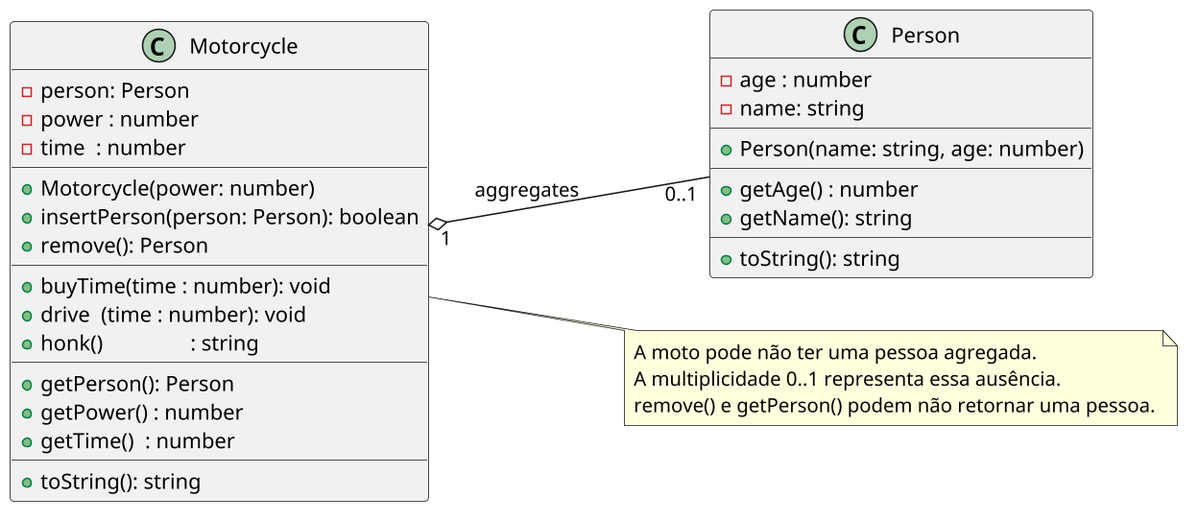
Above: labs/motoca/assets/diagrama.png in qxcodepoo/arcade (PlantUML), before the change. The source it was exported from:
```plantuml
@startuml

skinparam defaultFontName "Source Code Pro"
skinparam dpi 150
left to right direction

class Motorcycle {
  - person: Person
  - power : number
  - time  : number
  __
  + Motorcycle(power: number)
  + insertPerson(person: Person): boolean
  + remove(): Person
  __
  + buyTime(time : number): void
  + drive  (time : number): void
  + honk()                : string
  __
  + getPerson(): Person
  + getPower() : number
  + getTime()  : number
  __
  + toString(): string
}

class Person {
  - age : number
  - name: string
  __
  + Person(name: string, age: number)
  __
  + getAge() : number
  + getName(): string
  __
  + toString(): string
}

Motorcycle "1" o-- "0..1" Person : aggregates

note right of Motorcycle
  A moto pode não ter uma pessoa agregada.
  A multiplicidade 0..1 representa essa ausência.
  remove() e getPerson() podem não retornar uma pessoa.
end note
@enduml
```
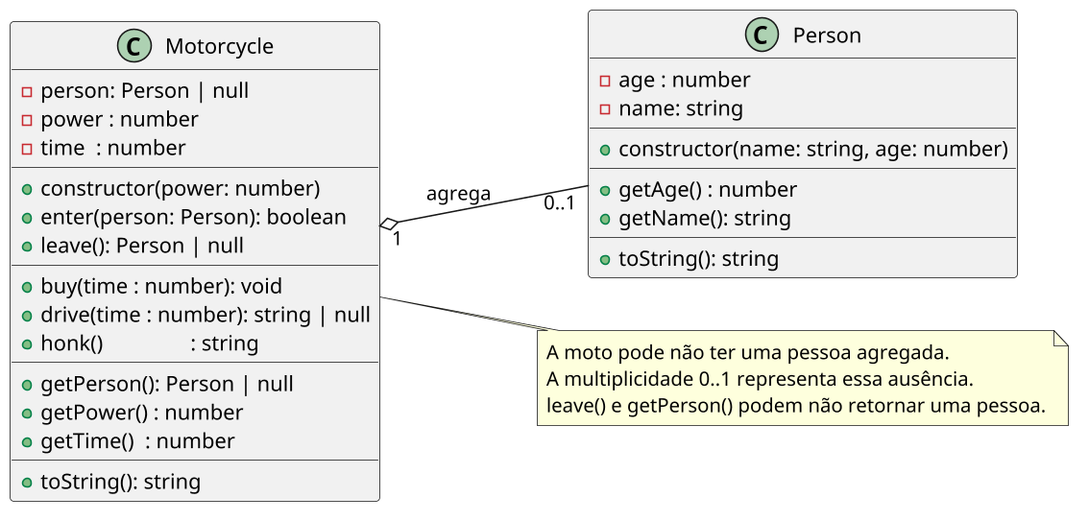
The same file after the commit.

Diff of the diagram source:
```diff
@@ -5,19 +5,19 @@
 left to right direction
 
 class Motorcycle {
-  - person: Person
+  - person: Person | null
   - power : number
   - time  : number
   __
-  + Motorcycle(power: number)
-  + insertPerson(person: Person): boolean
-  + remove(): Person
+  + constructor(power: number)
+  + enter(person: Person): boolean
+  + leave(): Person | null
   __
-  + buyTime(time : number): void
-  + drive  (time : number): void
+  + buy(time : number): void
+  + drive(time : number): string | null
   + honk()                : string
   __
-  + getPerson(): Person
+  + getPerson(): Person | null
   + getPower() : number
   + getTime()  : number
   __
@@ -28,7 +28,7 @@
   - age : number
   - name: string
   __
-  + Person(name: string, age: number)
+  + constructor(name: string, age: number)
   __
   + getAge() : number
   + getName(): string
@@ -36,11 +36,11 @@
   + toString(): string
 }
 
-Motorcycle "1" o-- "0..1" Person : aggregates
+Motorcycle "1" o-- "0..1" Person : agrega
 
 note right of Motorcycle
   A moto pode não ter uma pessoa agregada.
   A multiplicidade 0..1 representa essa ausência.
-  remove() e getPerson() podem não retornar uma pessoa.
+  leave() e getPerson() podem não retornar uma pessoa.
 end note
 @enduml
```
